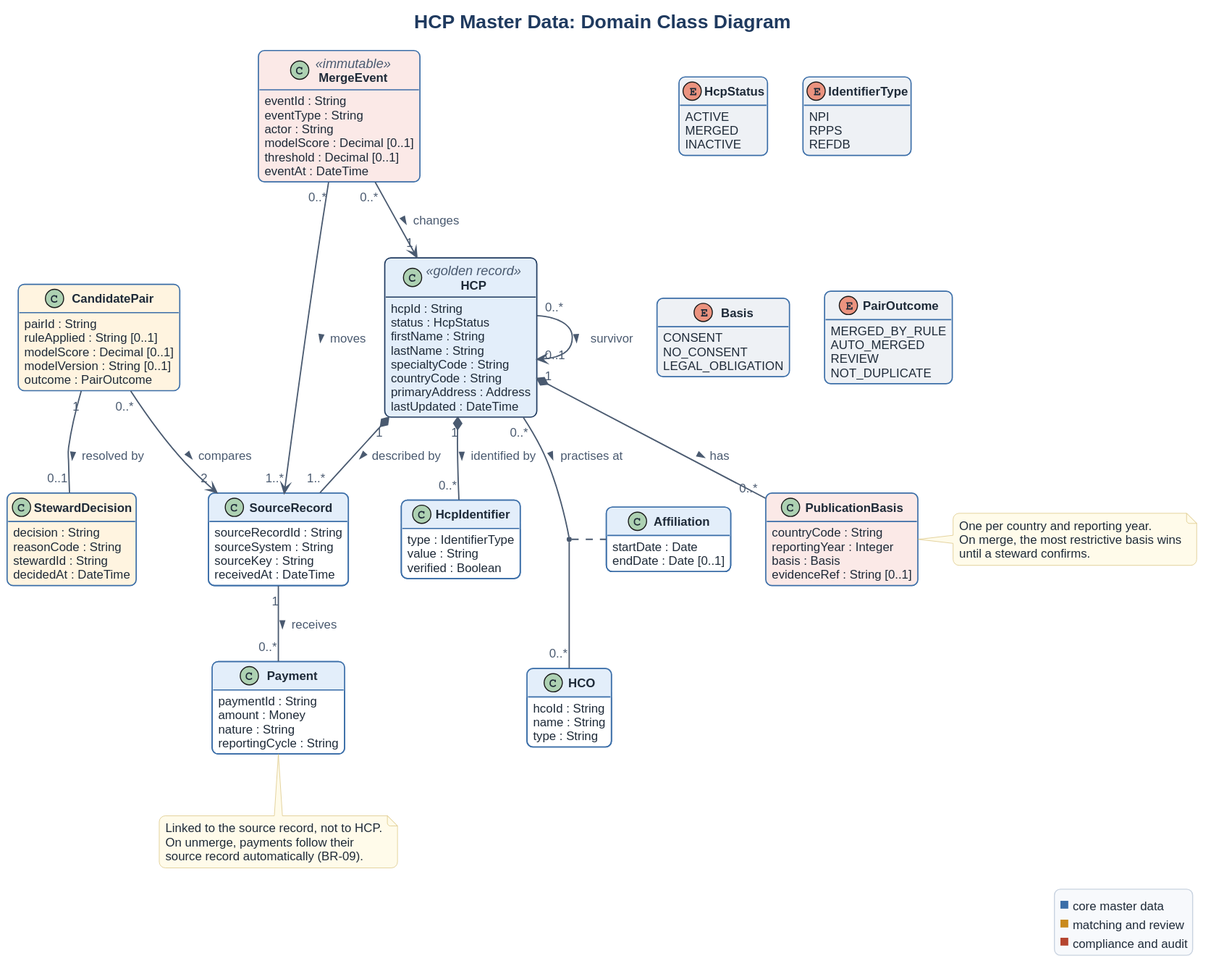
This is 04_models/img/class_domain.svg from dimelnychuk91-lgtm/hcp-master-data-ba-case, a PlantUML export, as it was before one commit. The source it was exported from:
```plantuml
@startuml
!include style.iuml
hide empty methods
title HCP Master Data: Domain Class Diagram

enum HcpStatus #EEF1F5 {
  ACTIVE
  MERGED
  INACTIVE
}
enum IdentifierType #EEF1F5 {
  NPI
  RPPS
  REFDB
}
enum Basis #EEF1F5 {
  CONSENT
  NO_CONSENT
  LEGAL_OBLIGATION
}
enum PairOutcome #EEF1F5 {
  MERGED_BY_RULE
  AUTO_MERGED
  REVIEW
  NOT_DUPLICATE
}

class HCP <<golden record>> #E3EEFA##1F3A5F {
  hcpId : String
  status : HcpStatus
  firstName : String
  lastName : String
  specialtyCode : String
  countryCode : String
  primaryAddress : Address
  lastUpdated : DateTime
}

class SourceRecord {
  sourceRecordId : String
  sourceSystem : String
  sourceKey : String
  receivedAt : DateTime
}

class HcpIdentifier {
  type : IdentifierType
  value : String
  verified : Boolean
}

class HCO {
  hcoId : String
  name : String
  type : String
}

class Affiliation {
  startDate : Date
  endDate : Date [0..1]
}

class PublicationBasis #FBE9E7 {
  countryCode : String
  reportingYear : Integer
  basis : Basis
  evidenceRef : String [0..1]
}

class Payment {
  paymentId : String
  amount : Money
  nature : String
  reportingCycle : String
}

class CandidatePair #FFF4E0 {
  pairId : String
  ruleApplied : String [0..1]
  modelScore : Decimal [0..1]
  modelVersion : String [0..1]
  outcome : PairOutcome
}

class StewardDecision #FFF4E0 {
  decision : String
  reasonCode : String
  stewardId : String
  decidedAt : DateTime
}

class MergeEvent <<immutable>> #FBE9E7 {
  eventId : String
  eventType : String
  actor : String
  modelScore : Decimal [0..1]
  threshold : Decimal [0..1]
  eventAt : DateTime
}

HCP "1" *-- "1..*" SourceRecord : described by >
HCP "1" *-- "0..*" HcpIdentifier : identified by >
HCP "0..*" -- "0..*" HCO : practises at >
(HCP, HCO) .. Affiliation
HCP "1" *-- "0..*" PublicationBasis : has >
SourceRecord "1" -- "0..*" Payment : receives >
CandidatePair "0..*" --> "2" SourceRecord : compares >
CandidatePair "1" -- "0..1" StewardDecision : resolved by >
MergeEvent "0..*" --> "1" HCP : changes >
MergeEvent "0..*" --> "1..*" SourceRecord : moves >
HCP "0..*" --> "0..1" HCP : survivor >

note bottom of Payment
  Linked to the source record, not to HCP.
  On unmerge, payments follow their
  source record automatically (BR-09).
end note

note right of PublicationBasis
  One per country and reporting year.
  On merge, the most restrictive basis wins
  until a steward confirms.
end note
legend right
  <color:#3B6EA8><size:16>■</size></color> core master data
  <color:#C98A1B><size:16>■</size></color> matching and review
  <color:#B5452F><size:16>■</size></color> compliance and audit
endlegend
@enduml
```
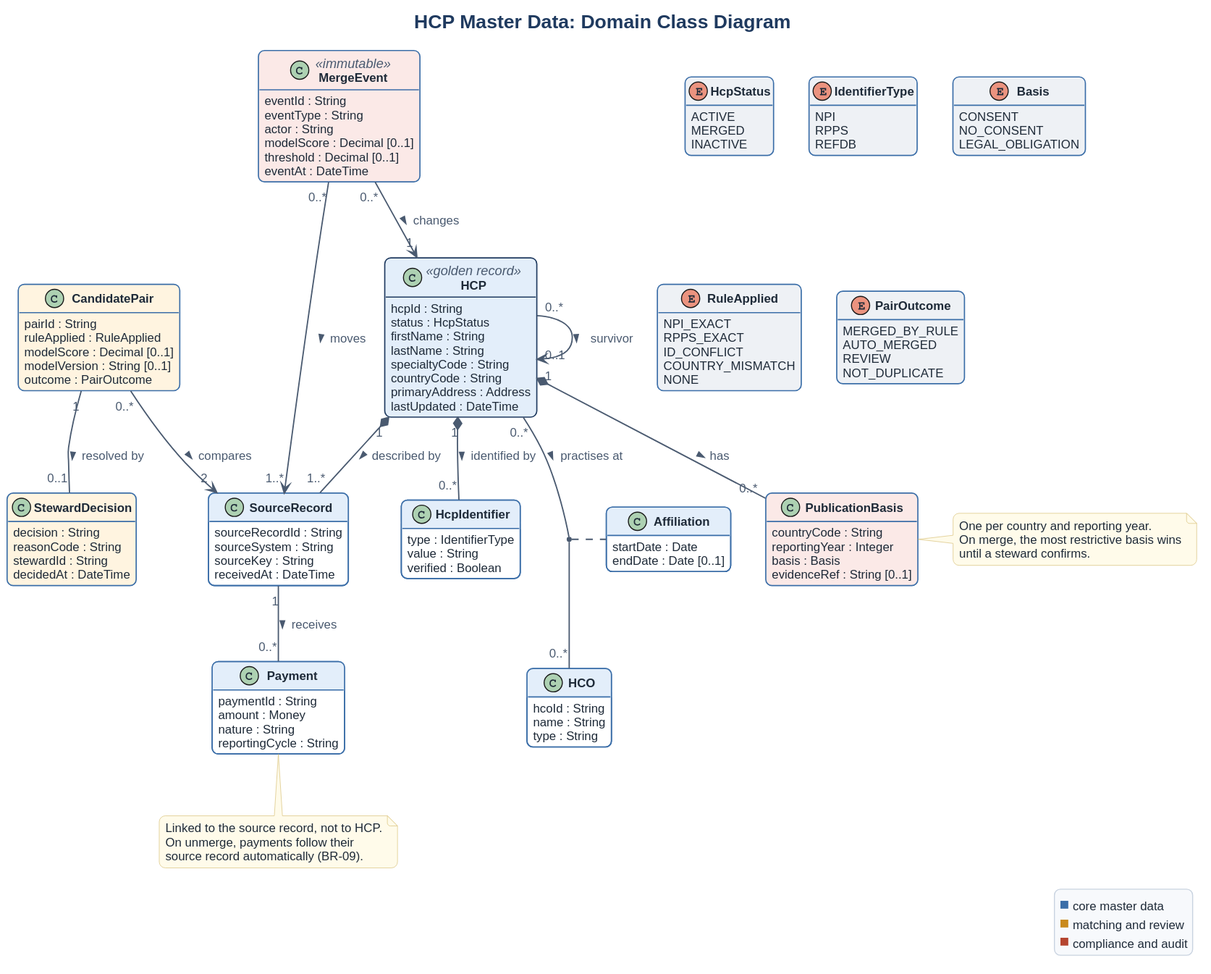
The same file after the commit.

Change to the diagram source:
```diff
@@ -17,6 +17,13 @@
   CONSENT
   NO_CONSENT
   LEGAL_OBLIGATION
+}
+enum RuleApplied #EEF1F5 {
+  NPI_EXACT
+  RPPS_EXACT
+  ID_CONFLICT
+  COUNTRY_MISMATCH
+  NONE
 }
 enum PairOutcome #EEF1F5 {
   MERGED_BY_RULE
@@ -76,7 +83,7 @@
 
 class CandidatePair #FFF4E0 {
   pairId : String
-  ruleApplied : String [0..1]
+  ruleApplied : RuleApplied
   modelScore : Decimal [0..1]
   modelVersion : String [0..1]
   outcome : PairOutcome
```
